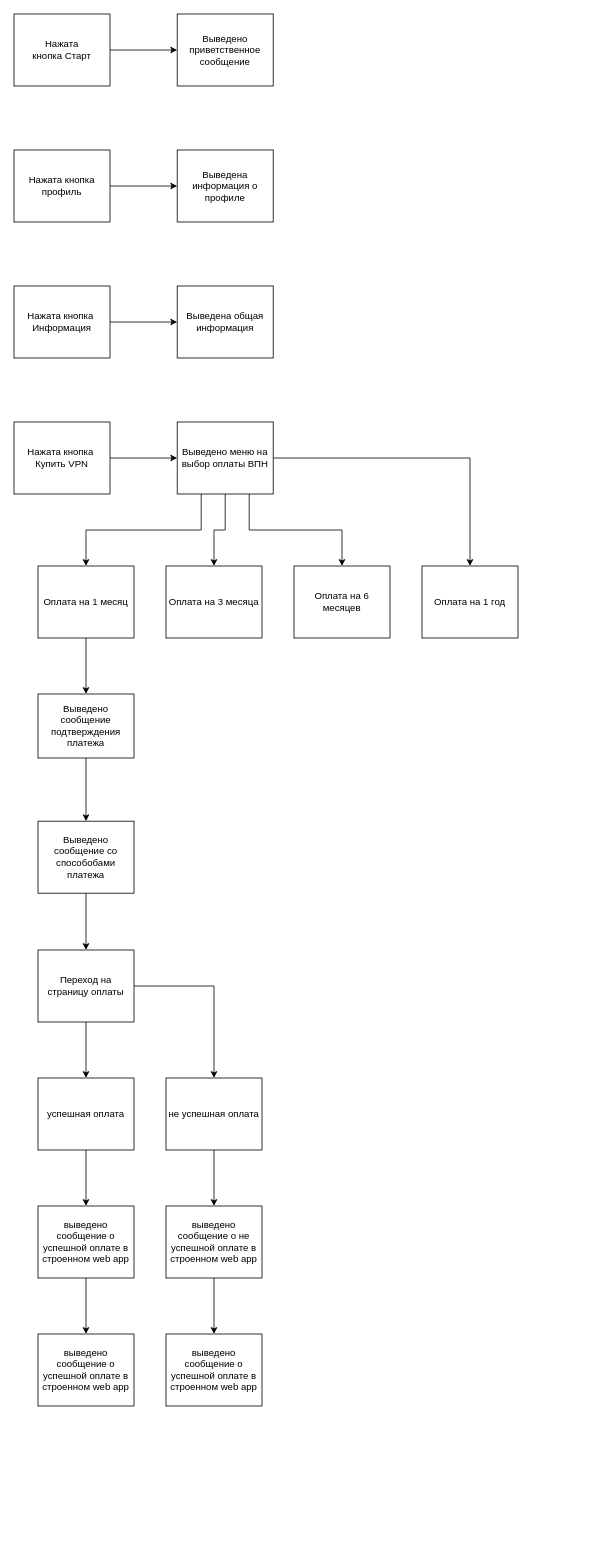
mmskazak/mmsvpn keeps this draw.io diagram as Диаграмма без названия.drawio. Above is the earlier version. Source tidied: cells renumbered, new cells numbered last; positions are measured from the earlier drawing's top-left corner, leaving out a move shared by most shapes. Both pictures are drawn from the tidied source at 80%, with x=0, y=0 at pixel (14, 14).
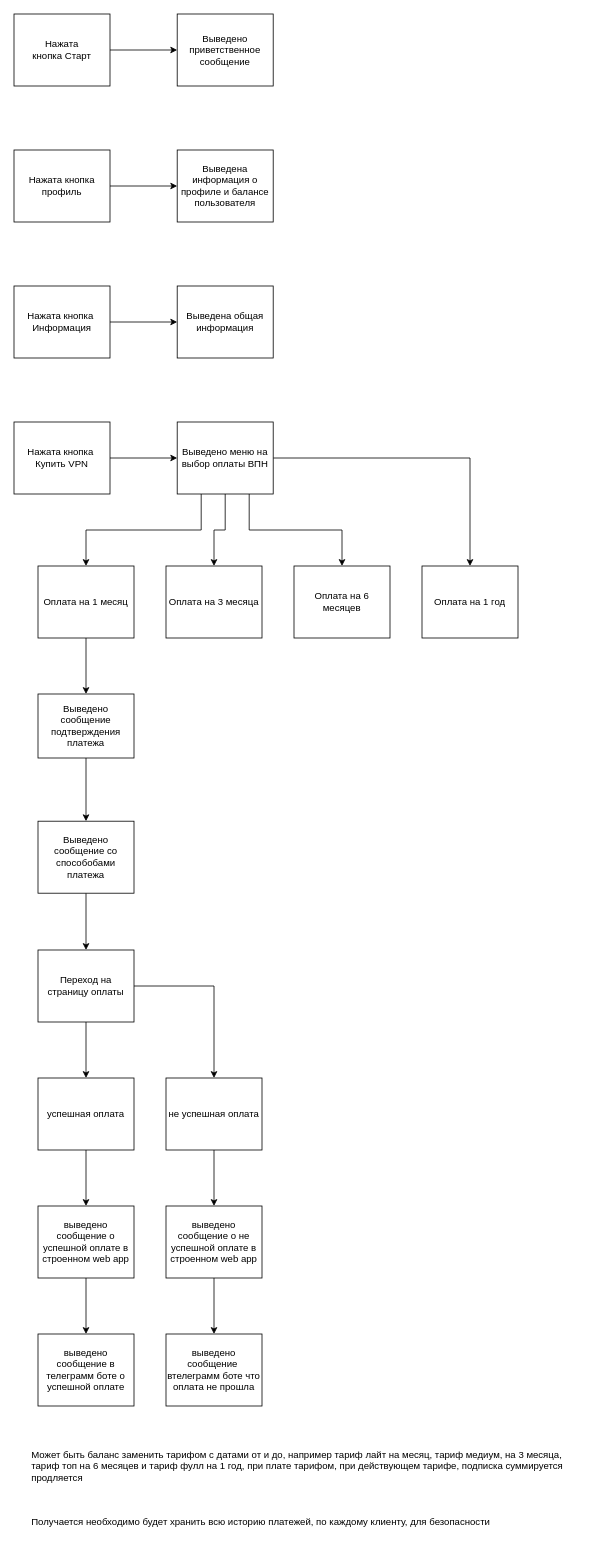
After the change.

Change to the diagram source:
```diff
@@
-    <mxCell id="7" value="Выведена информация о профиле" style="rounded=0;whiteSpace=wrap;html=1;" parent="1" vertex="1">
+    <mxCell id="7" value="Выведена информация о профиле и балансе пользователя" style="rounded=0;whiteSpace=wrap;html=1;" parent="1" vertex="1">
       <mxGeometry x="204" y="170" width="120" height="90" as="geometry" />
     </mxCell>
@@
-    <mxCell id="38" value="выведено сообщение о успешной оплате в строенном web app" style="rounded=0;whiteSpace=wrap;html=1;" parent="1" vertex="1">
+    <mxCell id="38" value="выведено сообщение в телеграмм боте о успешной оплате" style="rounded=0;whiteSpace=wrap;html=1;" parent="1" vertex="1">
       <mxGeometry x="30" y="1650" width="120" height="90" as="geometry" />
     </mxCell>
-    <mxCell id="39" value="выведено сообщение о успешной оплате в строенном web app" style="rounded=0;whiteSpace=wrap;html=1;" parent="1" vertex="1">
+    <mxCell id="39" value="выведено сообщение&amp;nbsp; втелеграмм боте что оплата не прошла" style="rounded=0;whiteSpace=wrap;html=1;" parent="1" vertex="1">
       <mxGeometry x="190" y="1650" width="120" height="90" as="geometry" />
     </mxCell>
+    <mxCell id="40" value="Может быть баланс заменить тарифом с датами от и до, например тариф лайт на месяц, тариф медиум, на 3 месяца, тариф топ на 6 месяцев и тариф фулл на 1 год, при плате тарифом, при действующем тарифе, подписка суммируется продляется" style="text;html=1;strokeColor=none;fillColor=none;align=left;verticalAlign=middle;whiteSpace=wrap;rounded=0;" parent="1" vertex="1">
+      <mxGeometry x="20" y="1800" width="690" height="30" as="geometry" />
+    </mxCell>
+    <mxCell id="41" value="Получается необходимо будет хранить всю историю платежей, по каждому клиенту, для безопасности" style="text;html=1;strokeColor=none;fillColor=none;align=left;verticalAlign=middle;whiteSpace=wrap;rounded=0;" parent="1" vertex="1">
+      <mxGeometry x="20" y="1870" width="690" height="30" as="geometry" />
+    </mxCell>
```
